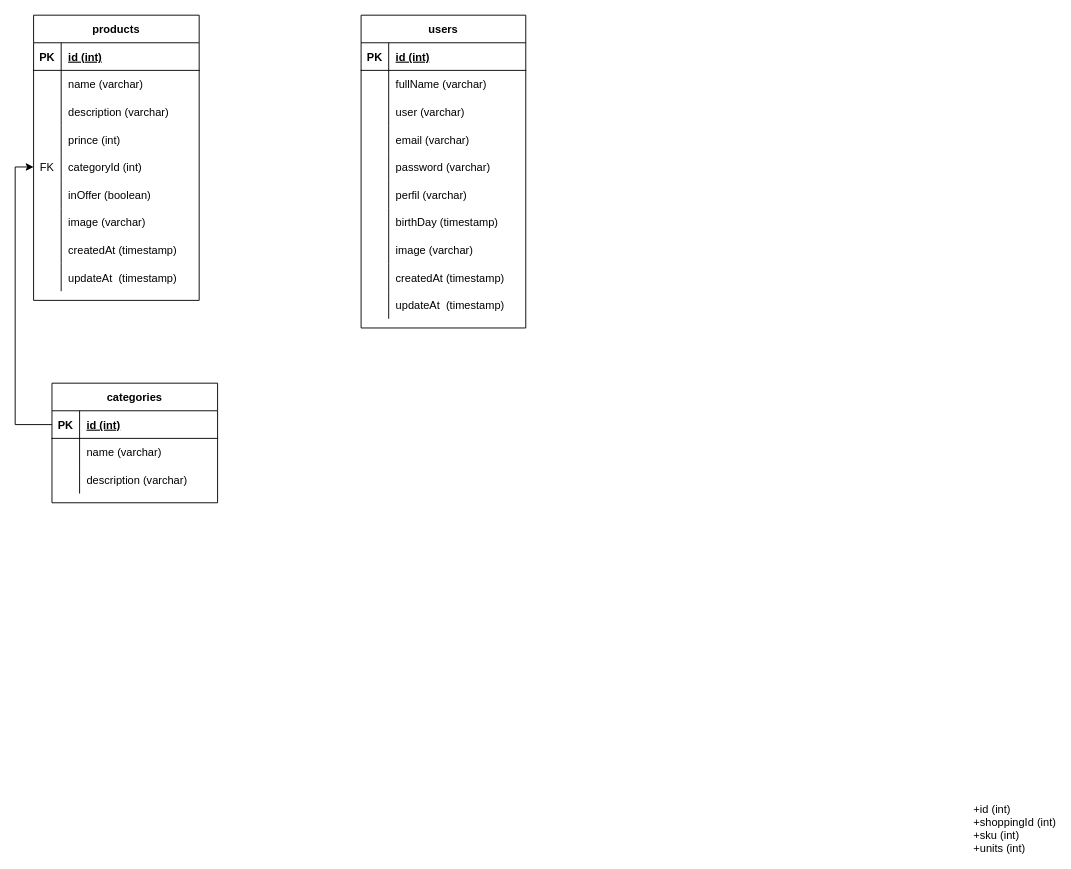
Before: source/models/Diagrama Entidad-Relacion.drawio in juanicnte/Grupo_13_GamePlanet, a draw.io diagram. Source tidied: cells renumbered, new cells numbered last; positions are measured from the earlier drawing's top-left corner, leaving out a move shared by most shapes. Both pictures are drawn from the tidied source at 92%, with x=0, y=0 at pixel (33, 15).
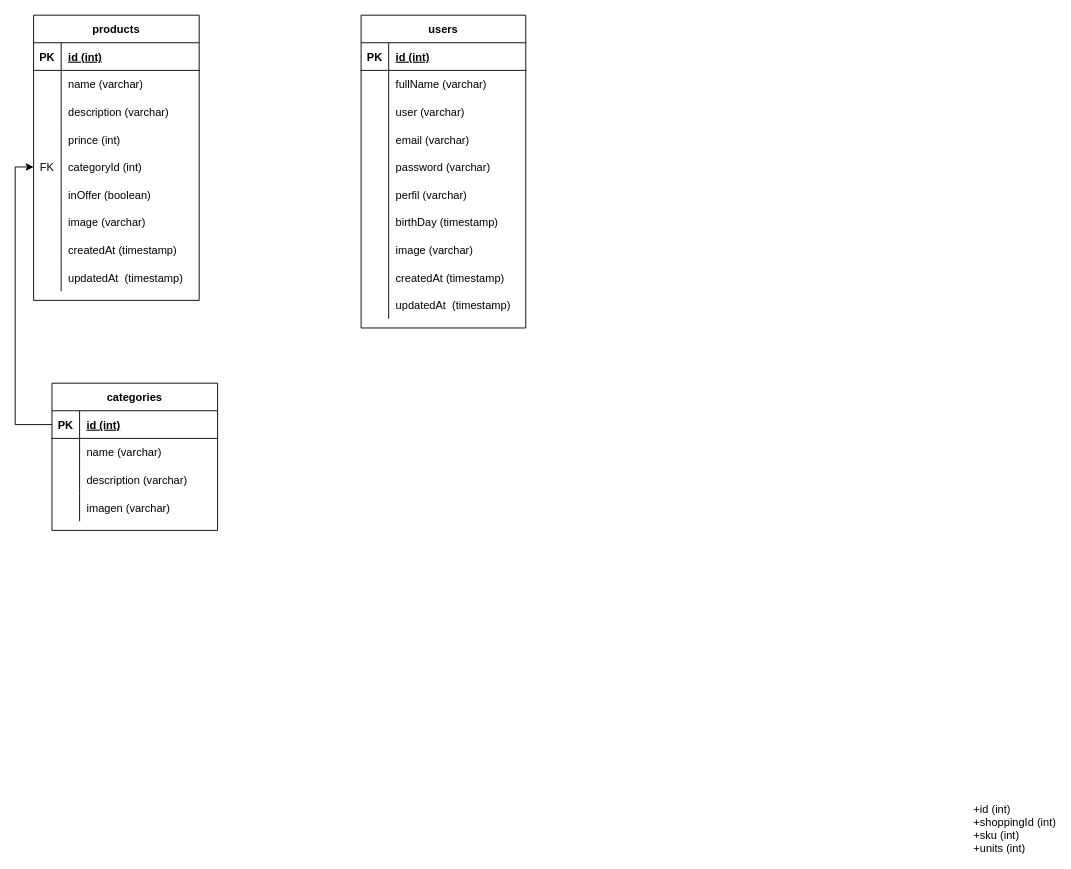
After the change.

Commit message (it also covers changes not shown here):
Base de datos y modelo entidad relación

The change refers to these unchanged cells:
```xml
<mxCell id="27" style="shape=tableRow;horizontal=0;startSize=0;swimlaneHead=0;swimlaneBody=0;fillColor=none;top=0;left=0;right=0;bottom=0;" parent="2" vertex="1">
  <mxGeometry y="270" width="180" height="30" as="geometry" />
</mxCell>
<mxCell id="58" style="shape=tableRow;horizontal=0;startSize=0;swimlaneHead=0;swimlaneBody=0;fillColor=none;top=0;left=0;right=0;bottom=0;" parent="30" vertex="1">
  <mxGeometry y="300" width="179" height="30" as="geometry" />
</mxCell>
```

Diff of the diagram source:
```diff
@@
-    <mxCell id="29" value="updateAt  (timestamp)" style="shape=partialRectangle;fillColor=none;top=0;left=0;bottom=0;right=0;align=left;spacingLeft=6;overflow=hidden;" parent="27" vertex="1">
+    <mxCell id="29" value="updatedAt  (timestamp)" style="shape=partialRectangle;fillColor=none;top=0;left=0;bottom=0;right=0;align=left;spacingLeft=6;overflow=hidden;" parent="27" vertex="1">
       <mxGeometry x="30" width="150" height="30" as="geometry" />
     </mxCell>
@@
-    <mxCell id="60" value="updateAt  (timestamp)" style="shape=partialRectangle;fillColor=none;top=0;left=0;bottom=0;right=0;align=left;spacingLeft=6;overflow=hidden;" parent="58" vertex="1">
+    <mxCell id="60" value="updatedAt  (timestamp)" style="shape=partialRectangle;fillColor=none;top=0;left=0;bottom=0;right=0;align=left;spacingLeft=6;overflow=hidden;" parent="58" vertex="1">
       <mxGeometry x="30" width="149" height="30" as="geometry" />
     </mxCell>
     <mxCell id="61" value="categories" style="shape=table;startSize=30;childLayout=tableLayout;rowLines=0;fontStyle=1;align=center;" parent="1" vertex="1">
-      <mxGeometry x="20" y="400" width="180" height="130" as="geometry" />
+      <mxGeometry x="20" y="400" width="180" height="160" as="geometry" />
     </mxCell>
@@
+    <mxCell id="73" style="shape=tableRow;horizontal=0;startSize=0;swimlaneHead=0;swimlaneBody=0;fillColor=none;top=0;left=0;right=0;bottom=0;" parent="61" vertex="1">
+      <mxGeometry y="120" width="180" height="30" as="geometry" />
+    </mxCell>
+    <mxCell id="74" style="shape=partialRectangle;fillColor=none;top=0;left=0;bottom=0;right=0;overflow=hidden;" parent="73" vertex="1">
+      <mxGeometry width="30" height="30" as="geometry" />
+    </mxCell>
+    <mxCell id="75" value="imagen (varchar)" style="shape=partialRectangle;fillColor=none;top=0;left=0;bottom=0;right=0;align=left;spacingLeft=6;overflow=hidden;" parent="73" vertex="1">
+      <mxGeometry x="30" width="150" height="30" as="geometry" />
+    </mxCell>
```
